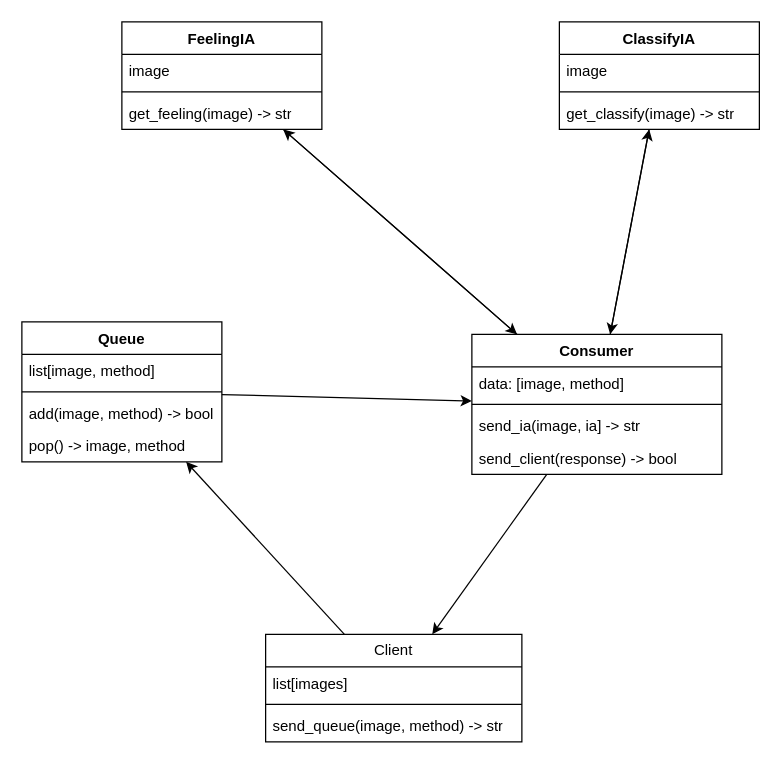
This is docs/workflow.drawio from mauriciobenjamin700/ia-queue-service, a draw.io file, before an edit. Source tidied: cells renumbered, new cells numbered last; positions are measured from the earlier drawing's top-left corner, leaving out a move shared by most shapes. Both pictures are drawn from the tidied source at 125%, with x=0, y=0 at pixel (21, 21).
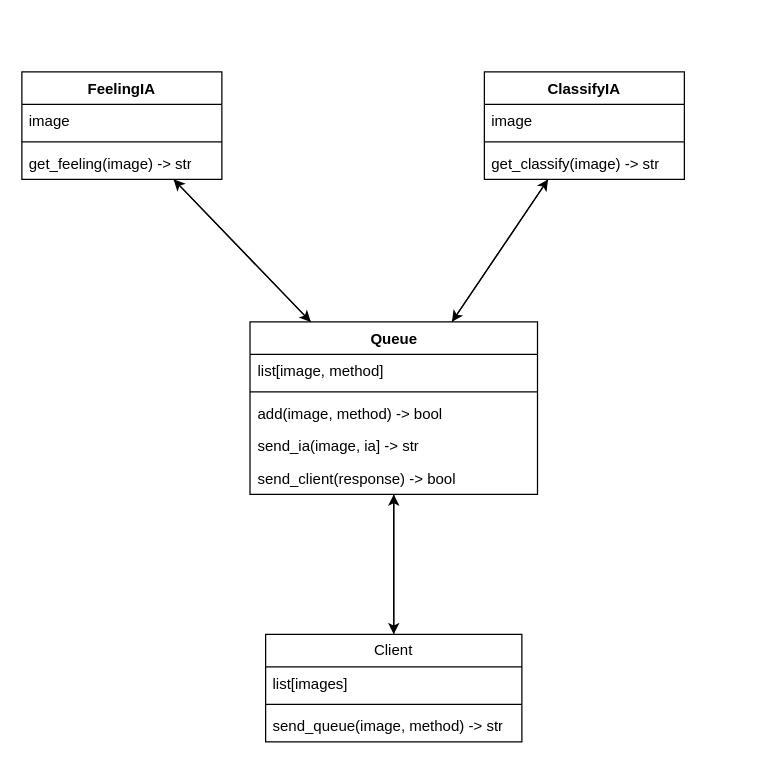
After the change.

Commit message (it also covers changes not shown here):
docs: update readme and workflow diagram

Unchanged cells that the change refers to:
```xml
<mxCell id="19" value="Client" style="swimlane;fontStyle=0;horizontal=1;startSize=26;fillColor=none;whiteSpace=wrap;html=1;" parent="1" vertex="1">
  <mxGeometry x="195" y="490" width="205" height="86" as="geometry" />
</mxCell>
```

The edit, as a diff of the source:
```diff
@@
-    <mxCell id="2" style="edgeStyle=none;html=1;" parent="1" edge="1" source="3" target="26">
+    <mxCell id="2" style="edgeStyle=none;html=1;" parent="1" edge="1" source="3" target="13">
       <mxGeometry relative="1" as="geometry" />
     </mxCell>
     <mxCell id="3" value="&lt;span style=&quot;color: rgb(0, 0, 0);&quot;&gt;ClassifyIA&lt;/span&gt;" style="swimlane;fontStyle=1;align=center;verticalAlign=top;horizontal=1;startSize=26;whiteSpace=wrap;html=1;" parent="1" vertex="1">
-      <mxGeometry x="430" width="160" height="86" as="geometry" />
+      <mxGeometry x="370" y="40" width="160" height="86" as="geometry" />
     </mxCell>
@@
-    <mxCell id="7" style="edgeStyle=none;html=1;" parent="1" edge="1" source="8" target="26">
+    <mxCell id="7" style="edgeStyle=none;html=1;" parent="1" edge="1" source="8" target="13">
       <mxGeometry relative="1" as="geometry" />
     </mxCell>
     <mxCell id="8" value="&lt;span style=&quot;color: rgb(0, 0, 0);&quot;&gt;FeelingIA&lt;/span&gt;" style="swimlane;fontStyle=1;align=center;verticalAlign=top;horizontal=1;startSize=26;whiteSpace=wrap;html=1;" parent="1" vertex="1">
-      <mxGeometry x="80" width="160" height="86" as="geometry" />
+      <mxGeometry y="40" width="160" height="86" as="geometry" />
     </mxCell>
@@
-    <mxCell id="12" style="edgeStyle=none;html=1;" parent="1" edge="1" source="13" target="26">
-      <mxGeometry relative="1" as="geometry" />
-    </mxCell>
+    <mxCell id="31" style="edgeStyle=none;html=1;" parent="1" edge="1" source="13" target="19">
+      <mxGeometry relative="1" as="geometry" />
+    </mxCell>
     <mxCell id="13" value="Queue" style="swimlane;fontStyle=1;align=center;verticalAlign=top;horizontal=1;startSize=26;whiteSpace=wrap;html=1;" parent="1" vertex="1">
-      <mxGeometry y="240" width="160" height="112" as="geometry" />
+      <mxGeometry x="182.5" y="240" width="230" height="138" as="geometry" />
     </mxCell>
     <mxCell id="14" value="list[image, method]" style="text;strokeColor=none;fillColor=none;align=left;verticalAlign=top;spacingLeft=4;spacingRight=4;overflow=hidden;whiteSpace=wrap;html=1;" parent="13" vertex="1">
-      <mxGeometry y="26" width="160" height="26" as="geometry" />
+      <mxGeometry y="26" width="230" height="26" as="geometry" />
     </mxCell>
     <mxCell id="15" style="line;strokeWidth=1;fillColor=none;align=left;verticalAlign=middle;spacingTop=-1;spacingLeft=3;spacingRight=3;labelPosition=right;strokeColor=inherit;" parent="13" vertex="1">
-      <mxGeometry y="52" width="160" height="8" as="geometry" />
+      <mxGeometry y="52" width="230" height="8" as="geometry" />
     </mxCell>
     <mxCell id="16" value="add(image, method) -&amp;gt; bool" style="text;strokeColor=none;fillColor=none;align=left;verticalAlign=top;spacingLeft=4;spacingRight=4;overflow=hidden;whiteSpace=wrap;html=1;" parent="13" vertex="1">
-      <mxGeometry y="60" width="160" height="26" as="geometry" />
+      <mxGeometry y="60" width="230" height="26" as="geometry" />
     </mxCell>
-    <mxCell id="17" value="pop() -&amp;gt; image, method" style="text;strokeColor=none;fillColor=none;align=left;verticalAlign=top;spacingLeft=4;spacingRight=4;overflow=hidden;whiteSpace=wrap;html=1;" parent="13" vertex="1">
-      <mxGeometry y="86" width="160" height="26" as="geometry" />
-    </mxCell>
+    <mxCell id="29" value="send_ia(image, ia] -&amp;gt; str" style="text;strokeColor=none;fillColor=none;align=left;verticalAlign=top;spacingLeft=4;spacingRight=4;overflow=hidden;whiteSpace=wrap;html=1;" parent="13" vertex="1">
+      <mxGeometry y="86" width="230" height="26" as="geometry" />
+    </mxCell>
+    <mxCell id="30" value="send_client(response) -&amp;gt; bool" style="text;strokeColor=none;fillColor=none;align=left;verticalAlign=top;spacingLeft=4;spacingRight=4;overflow=hidden;whiteSpace=wrap;html=1;" parent="13" vertex="1">
+      <mxGeometry y="112" width="230" height="26" as="geometry" />
+    </mxCell>
@@
-    <mxCell id="23" style="edgeStyle=none;html=1;" parent="1" edge="1" source="26" target="3">
+    <mxCell id="23" style="edgeStyle=none;html=1;" parent="1" edge="1" source="13" target="3">
       <mxGeometry relative="1" as="geometry" />
     </mxCell>
-    <mxCell id="24" style="edgeStyle=none;html=1;" parent="1" edge="1" source="26" target="8">
+    <mxCell id="24" style="edgeStyle=none;html=1;" parent="1" edge="1" source="13" target="8">
       <mxGeometry relative="1" as="geometry" />
     </mxCell>
-    <mxCell id="25" style="edgeStyle=none;html=1;" parent="1" edge="1" source="26" target="19">
-      <mxGeometry relative="1" as="geometry" />
-    </mxCell>
-    <mxCell id="26" value="Consumer" style="swimlane;fontStyle=1;align=center;verticalAlign=top;horizontal=1;startSize=26;whiteSpace=wrap;html=1;" parent="1" vertex="1">
-      <mxGeometry x="360" y="250" width="200" height="112" as="geometry" />
-    </mxCell>
-    <mxCell id="27" value="data: [image, method]" style="text;strokeColor=none;fillColor=none;align=left;verticalAlign=top;spacingLeft=4;spacingRight=4;overflow=hidden;whiteSpace=wrap;html=1;" parent="26" vertex="1">
-      <mxGeometry y="26" width="200" height="26" as="geometry" />
-    </mxCell>
-    <mxCell id="28" style="line;strokeWidth=1;fillColor=none;align=left;verticalAlign=middle;spacingTop=-1;spacingLeft=3;spacingRight=3;labelPosition=right;strokeColor=inherit;" parent="26" vertex="1">
-      <mxGeometry y="52" width="200" height="8" as="geometry" />
-    </mxCell>
-    <mxCell id="29" value="send_ia(image, ia] -&amp;gt; str" style="text;strokeColor=none;fillColor=none;align=left;verticalAlign=top;spacingLeft=4;spacingRight=4;overflow=hidden;whiteSpace=wrap;html=1;" parent="26" vertex="1">
-      <mxGeometry y="60" width="200" height="26" as="geometry" />
-    </mxCell>
-    <mxCell id="30" value="send_client(response) -&amp;gt; bool" style="text;strokeColor=none;fillColor=none;align=left;verticalAlign=top;spacingLeft=4;spacingRight=4;overflow=hidden;whiteSpace=wrap;html=1;" parent="26" vertex="1">
-      <mxGeometry y="86" width="200" height="26" as="geometry" />
-    </mxCell>
```
